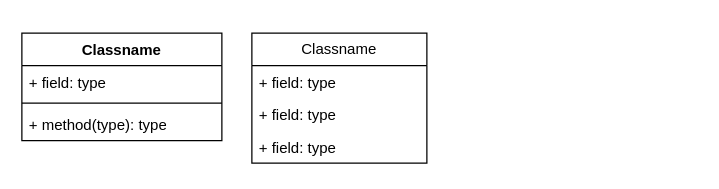
Above: trabalho.drawio in Neymarjr10fiel/aula-3 (draw.io), before the change. Source tidied: cells renumbered, new cells numbered last; positions are measured from the earlier drawing's top-left corner, leaving out a move shared by most shapes. Both pictures are drawn from the tidied source at 125%, with x=0, y=0 at pixel (21, 32).
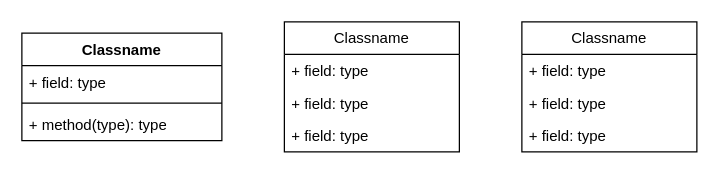
Above is the later version.

Change to the diagram source:
```diff
@@
 <mxGraphModel>
   <root>
     <mxCell id="0" />
     <mxCell id="1" parent="0" />
     <mxCell id="2" value="Classname" style="swimlane;fontStyle=1;align=center;verticalAlign=top;horizontal=1;startSize=26;whiteSpace=wrap;html=1;" parent="1" vertex="1">
       <mxGeometry width="160" height="86" as="geometry" />
     </mxCell>
     <mxCell id="3" value="+ field: type" style="text;strokeColor=none;fillColor=none;align=left;verticalAlign=top;spacingLeft=4;spacingRight=4;overflow=hidden;whiteSpace=wrap;html=1;" parent="2" vertex="1">
       <mxGeometry y="26" width="160" height="26" as="geometry" />
     </mxCell>
     <mxCell id="4" style="line;strokeWidth=1;fillColor=none;align=left;verticalAlign=middle;spacingTop=-1;spacingLeft=3;spacingRight=3;labelPosition=right;strokeColor=inherit;" parent="2" vertex="1">
       <mxGeometry y="52" width="160" height="8" as="geometry" />
     </mxCell>
     <mxCell id="5" value="+ method(type): type" style="text;strokeColor=none;fillColor=none;align=left;verticalAlign=top;spacingLeft=4;spacingRight=4;overflow=hidden;whiteSpace=wrap;html=1;" parent="2" vertex="1">
       <mxGeometry y="60" width="160" height="26" as="geometry" />
     </mxCell>
     <mxCell id="6" value="Classname" style="swimlane;fontStyle=0;horizontal=1;startSize=26;fillColor=none;whiteSpace=wrap;html=1;" parent="1" vertex="1">
-      <mxGeometry x="184" width="140" height="104" as="geometry" />
+      <mxGeometry x="400" y="-9" width="140" height="104" as="geometry" />
     </mxCell>
     <mxCell id="7" value="+ field: type" style="text;strokeColor=none;fillColor=none;align=left;verticalAlign=top;spacingLeft=4;spacingRight=4;overflow=hidden;whiteSpace=wrap;html=1;" parent="6" vertex="1">
       <mxGeometry y="26" width="140" height="26" as="geometry" />
     </mxCell>
     <mxCell id="8" value="+ field: type" style="text;strokeColor=none;fillColor=none;align=left;verticalAlign=top;spacingLeft=4;spacingRight=4;overflow=hidden;whiteSpace=wrap;html=1;" parent="6" vertex="1">
       <mxGeometry y="52" width="140" height="26" as="geometry" />
     </mxCell>
     <mxCell id="9" value="+ field: type" style="text;strokeColor=none;fillColor=none;align=left;verticalAlign=top;spacingLeft=4;spacingRight=4;overflow=hidden;whiteSpace=wrap;html=1;" parent="6" vertex="1">
       <mxGeometry y="78" width="140" height="26" as="geometry" />
     </mxCell>
+    <mxCell id="10" value="Classname" style="swimlane;fontStyle=0;horizontal=1;startSize=26;fillColor=none;whiteSpace=wrap;html=1;" parent="1" vertex="1">
+      <mxGeometry x="210" y="-9" width="140" height="104" as="geometry" />
+    </mxCell>
+    <mxCell id="11" value="+ field: type" style="text;strokeColor=none;fillColor=none;align=left;verticalAlign=top;spacingLeft=4;spacingRight=4;overflow=hidden;whiteSpace=wrap;html=1;" parent="10" vertex="1">
+      <mxGeometry y="26" width="140" height="26" as="geometry" />
+    </mxCell>
+    <mxCell id="12" value="+ field: type" style="text;strokeColor=none;fillColor=none;align=left;verticalAlign=top;spacingLeft=4;spacingRight=4;overflow=hidden;whiteSpace=wrap;html=1;" parent="10" vertex="1">
+      <mxGeometry y="52" width="140" height="26" as="geometry" />
+    </mxCell>
+    <mxCell id="13" value="+ field: type" style="text;strokeColor=none;fillColor=none;align=left;verticalAlign=top;spacingLeft=4;spacingRight=4;overflow=hidden;whiteSpace=wrap;html=1;" parent="10" vertex="1">
+      <mxGeometry y="78" width="140" height="26" as="geometry" />
+    </mxCell>
   </root>
 </mxGraphModel>
```
